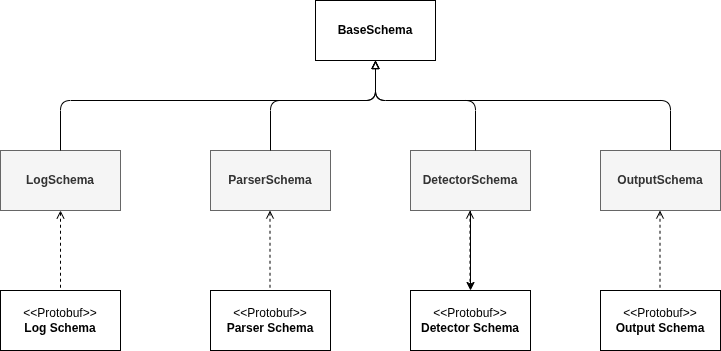
Earlier version of the draw.io export docs/img/uml_schemas.png (ait-detectmate/DetectMateLibrary). Source tidied: cells renumbered, new cells last; positions are measured from the earlier drawing's top-left corner, leaving out a move shared by most shapes.
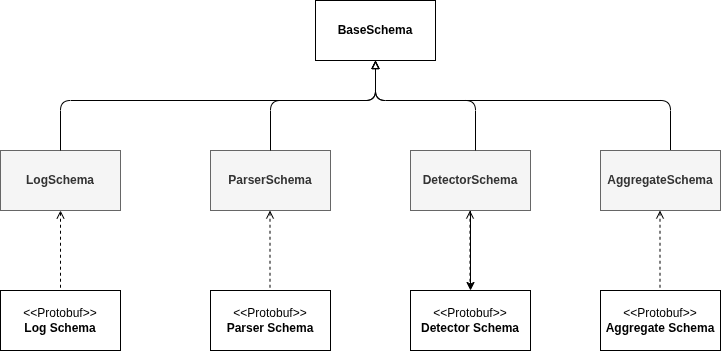
Later version of the same file.

The edit, as a diff of the source:
```diff
@@ -58,10 +58,10 @@
         <mxPoint x="469.5" y="290" as="targetPoint" />
       </mxGeometry>
     </mxCell>
-    <mxCell id="15" value="&lt;b&gt;OutputSchema&lt;/b&gt;" style="rounded=0;whiteSpace=wrap;html=1;fillColor=#f5f5f5;fontColor=#333333;strokeColor=#666666;" parent="1" vertex="1">
+    <mxCell id="15" value="&lt;b&gt;AggregateSchema&lt;/b&gt;" style="rounded=0;whiteSpace=wrap;html=1;fillColor=#f5f5f5;fontColor=#333333;strokeColor=#666666;" parent="1" vertex="1">
       <mxGeometry x="600" y="150" width="120" height="60" as="geometry" />
     </mxCell>
-    <mxCell id="16" value="&amp;lt;&amp;lt;Protobuf&amp;gt;&amp;gt;&lt;div&gt;&lt;b&gt;Output Schema&lt;/b&gt;&lt;/div&gt;" style="rounded=0;whiteSpace=wrap;html=1;" parent="1" vertex="1">
+    <mxCell id="16" value="&amp;lt;&amp;lt;Protobuf&amp;gt;&amp;gt;&lt;div&gt;&lt;b&gt;Aggregate Schema&lt;/b&gt;&lt;/div&gt;" style="rounded=0;whiteSpace=wrap;html=1;" parent="1" vertex="1">
       <mxGeometry x="600" y="290" width="120" height="60" as="geometry" />
     </mxCell>
     <mxCell id="17" style="endArrow=none;html=1;exitX=0.5;exitY=1;exitDx=0;exitDy=0;entryX=0.5;entryY=0;entryDx=0;entryDy=0;endFill=0;startArrow=open;startFill=0;dashed=1;" parent="1" edge="1">
```
